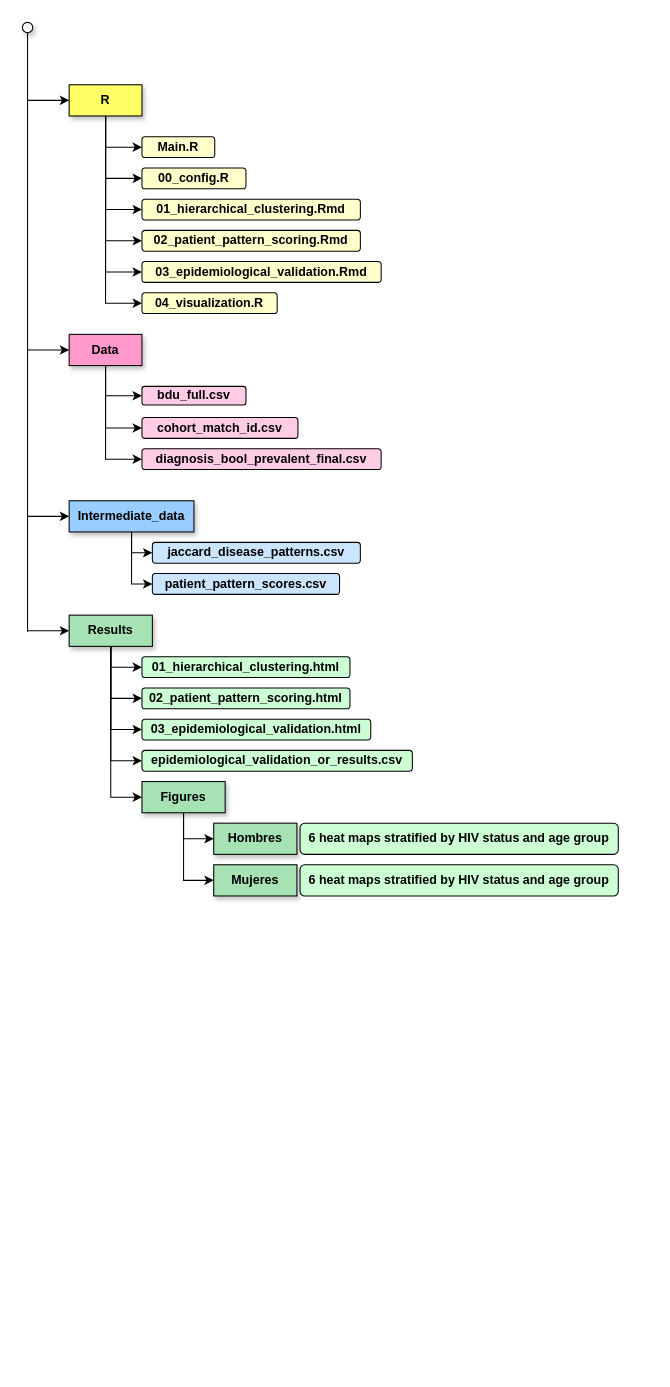
The draw.io diagram Diagrams/Directory_structure.drawio in asanmej/hiv_mm_patterns, before the edit. Source tidied: cells renumbered, new cells numbered last; positions are measured from the earlier drawing's top-left corner, leaving out a move shared by most shapes. Both pictures are drawn from the tidied source at 104%, with x=0, y=0 at pixel (22, 22).
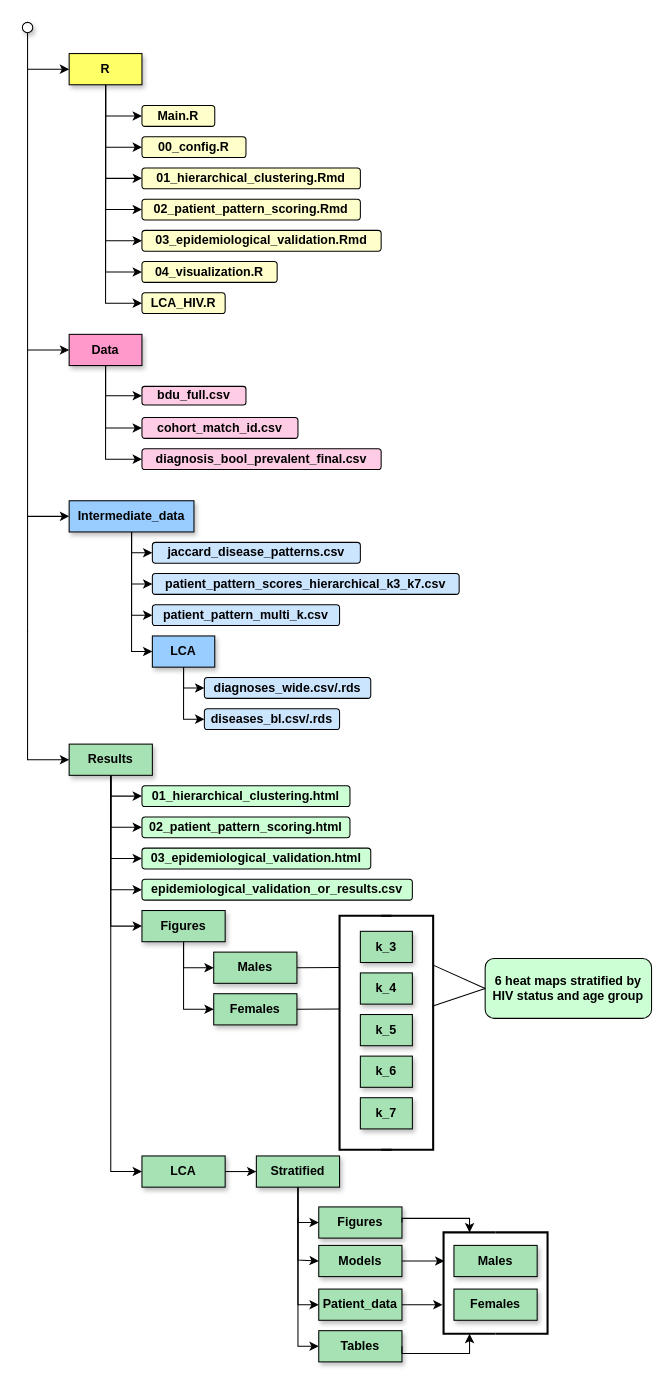
After the change.

The change refers to these unchanged cells:
```xml
<mxCell id="15" value="&lt;b&gt;Intermediate_data&lt;/b&gt;" style="rounded=0;whiteSpace=wrap;html=1;fillColor=light-dark(#99CCFF,var(--ge-dark-color, #121212));shadow=1;" parent="1" vertex="1">
  <mxGeometry x="45" y="460" width="120" height="30" as="geometry" />
</mxCell>
```

What changed in the source:
```diff
@@
     <mxCell id="8" value="&lt;b&gt;R&lt;/b&gt;" style="rounded=0;whiteSpace=wrap;html=1;fillColor=light-dark(#FFFF66,var(--ge-dark-color, #121212));shadow=1;" parent="1" vertex="1">
-      <mxGeometry x="45" y="60" width="70" height="30" as="geometry" />
+      <mxGeometry x="45" y="30" width="70" height="30" as="geometry" />
     </mxCell>
@@
     <mxCell id="16" style="edgeStyle=orthogonalEdgeStyle;rounded=0;jettySize=auto;html=1;exitX=0.5;exitY=1;exitDx=0;exitDy=0;entryX=0;entryY=0.5;entryDx=0;entryDy=0;" parent="1" edge="1" source="21" target="38">
       <mxGeometry relative="1" as="geometry">
         <Array as="points">
-          <mxPoint x="85" y="620" />
+          <mxPoint x="85" y="744" />
         </Array>
       </mxGeometry>
     </mxCell>
@@
     <mxCell id="21" value="&lt;b&gt;Results&lt;/b&gt;" style="rounded=0;whiteSpace=wrap;html=1;fillColor=light-dark(#A6E2B4,var(--ge-dark-color, #121212));shadow=1;" parent="1" vertex="1">
-      <mxGeometry x="45" y="570" width="80" height="30" as="geometry" />
+      <mxGeometry x="45" y="694" width="80" height="30" as="geometry" />
     </mxCell>
     <mxCell id="22" value="&lt;b&gt;00_config.R&lt;/b&gt;" style="rounded=1;whiteSpace=wrap;html=1;fillColor=light-dark(#FFFFCC,var(--ge-dark-color, #121212));" parent="1" vertex="1">
-      <mxGeometry x="115" y="140" width="100" height="20" as="geometry" />
+      <mxGeometry x="115" y="110" width="100" height="20" as="geometry" />
     </mxCell>
     <mxCell id="23" value="&lt;b&gt;Main.R&lt;/b&gt;" style="rounded=1;whiteSpace=wrap;html=1;fillColor=light-dark(#FFFFCC,var(--ge-dark-color, #121212));" parent="1" vertex="1">
-      <mxGeometry x="115" y="110" width="70" height="20" as="geometry" />
+      <mxGeometry x="115" y="80" width="70" height="20" as="geometry" />
     </mxCell>
     <mxCell id="24" value="&lt;b&gt;01_hierarchical_clustering.Rmd&lt;/b&gt;" style="rounded=1;whiteSpace=wrap;html=1;fillColor=light-dark(#FFFFCC,var(--ge-dark-color, #121212));" parent="1" vertex="1">
-      <mxGeometry x="115" y="170" width="210" height="20" as="geometry" />
+      <mxGeometry x="115" y="140" width="210" height="20" as="geometry" />
     </mxCell>
     <mxCell id="25" value="&lt;b&gt;02_patient_pattern_scoring.Rmd&lt;/b&gt;" style="rounded=1;whiteSpace=wrap;html=1;fillColor=light-dark(#FFFFCC,var(--ge-dark-color, #121212));" parent="1" vertex="1">
-      <mxGeometry x="115" y="200" width="210" height="20" as="geometry" />
+      <mxGeometry x="115" y="170" width="210" height="20" as="geometry" />
     </mxCell>
     <mxCell id="26" value="&lt;b&gt;03_epidemiological_validation.Rmd&lt;/b&gt;" style="rounded=1;whiteSpace=wrap;html=1;fillColor=light-dark(#FFFFCC,var(--ge-dark-color, #121212));" parent="1" vertex="1">
-      <mxGeometry x="115" y="230" width="230" height="20" as="geometry" />
+      <mxGeometry x="115" y="200" width="230" height="20" as="geometry" />
     </mxCell>
     <mxCell id="27" value="&lt;b&gt;04_visualization.R&lt;/b&gt;" style="rounded=1;whiteSpace=wrap;html=1;fillColor=light-dark(#FFFFCC,var(--ge-dark-color, #121212));" parent="1" vertex="1">
-      <mxGeometry x="115" y="260" width="130" height="20" as="geometry" />
+      <mxGeometry x="115" y="230" width="130" height="20" as="geometry" />
     </mxCell>
@@
-    <mxCell id="32" value="&lt;b&gt;patient_pattern_scores.csv&lt;/b&gt;" style="rounded=1;whiteSpace=wrap;html=1;fillColor=light-dark(#CCE5FF,var(--ge-dark-color, #121212));" parent="1" vertex="1">
-      <mxGeometry x="125" y="530" width="180" height="20" as="geometry" />
+    <mxCell id="32" value="&lt;b&gt;patient_pattern_scores_hierarchical_k3_k7.csv&lt;/b&gt;" style="rounded=1;whiteSpace=wrap;html=1;fillColor=light-dark(#CCE5FF,var(--ge-dark-color, #121212));" parent="1" vertex="1">
+      <mxGeometry x="125" y="530" width="295" height="20" as="geometry" />
     </mxCell>
     <mxCell id="33" style="edgeStyle=orthogonalEdgeStyle;rounded=0;jettySize=auto;html=1;exitX=0.5;exitY=1;exitDx=0;exitDy=0;entryX=0;entryY=0.5;entryDx=0;entryDy=0;" parent="1" edge="1" source="35" target="36">
       <mxGeometry relative="1" as="geometry">
         <Array as="points">
-          <mxPoint x="155" y="785" />
+          <mxPoint x="155" y="909" />
         </Array>
       </mxGeometry>
     </mxCell>
@@
     <mxCell id="35" value="&lt;b&gt;Figures&lt;/b&gt;" style="rounded=0;whiteSpace=wrap;html=1;fillColor=light-dark(#A6E2B4,var(--ge-dark-color, #121212));shadow=1;" parent="1" vertex="1">
-      <mxGeometry x="115" y="730" width="80" height="30" as="geometry" />
+      <mxGeometry x="115" y="854" width="80" height="30" as="geometry" />
     </mxCell>
-    <mxCell id="36" value="&lt;b&gt;Hombres&lt;/b&gt;" style="rounded=0;whiteSpace=wrap;html=1;fillColor=light-dark(#A6E2B4,var(--ge-dark-color, #121212));shadow=1;" parent="1" vertex="1">
-      <mxGeometry x="184" y="770" width="80" height="30" as="geometry" />
+    <mxCell id="36" value="&lt;b&gt;Males&lt;/b&gt;" style="rounded=0;whiteSpace=wrap;html=1;fillColor=light-dark(#A6E2B4,var(--ge-dark-color, #121212));shadow=1;" parent="1" vertex="1">
+      <mxGeometry x="184" y="894" width="80" height="30" as="geometry" />
     </mxCell>
-    <mxCell id="37" value="&lt;b&gt;Mujeres&lt;/b&gt;" style="rounded=0;whiteSpace=wrap;html=1;fillColor=light-dark(#A6E2B4,var(--ge-dark-color, #121212));shadow=1;" parent="1" vertex="1">
-      <mxGeometry x="184" y="810" width="80" height="30" as="geometry" />
+    <mxCell id="37" value="&lt;b&gt;Females&lt;/b&gt;" style="rounded=0;whiteSpace=wrap;html=1;fillColor=light-dark(#A6E2B4,var(--ge-dark-color, #121212));shadow=1;" parent="1" vertex="1">
+      <mxGeometry x="184" y="934" width="80" height="30" as="geometry" />
     </mxCell>
     <mxCell id="38" value="&lt;b&gt;01_hierarchical_clustering.html&lt;/b&gt;" style="rounded=1;whiteSpace=wrap;html=1;fillColor=light-dark(#CCFFD4,var(--ge-dark-color, #121212));" parent="1" vertex="1">
-      <mxGeometry x="115" y="610" width="200" height="20" as="geometry" />
+      <mxGeometry x="115" y="734" width="200" height="20" as="geometry" />
     </mxCell>
     <mxCell id="39" value="&lt;b&gt;02_patient_pattern_scoring.html&lt;/b&gt;" style="rounded=1;whiteSpace=wrap;html=1;fillColor=light-dark(#CCFFD4,var(--ge-dark-color, #121212));" parent="1" vertex="1">
-      <mxGeometry x="115" y="640" width="200" height="20" as="geometry" />
+      <mxGeometry x="115" y="764" width="200" height="20" as="geometry" />
     </mxCell>
     <mxCell id="40" value="&lt;b&gt;03_epidemiological_validation.html&lt;/b&gt;" style="rounded=1;whiteSpace=wrap;html=1;fillColor=light-dark(#CCFFD4,var(--ge-dark-color, #121212));" parent="1" vertex="1">
-      <mxGeometry x="115" y="670" width="220" height="20" as="geometry" />
+      <mxGeometry x="115" y="794" width="220" height="20" as="geometry" />
     </mxCell>
     <mxCell id="41" value="&lt;b&gt;epidemiological_validation_or_results.csv&lt;/b&gt;" style="rounded=1;whiteSpace=wrap;html=1;fillColor=light-dark(#CCFFD4,var(--ge-dark-color, #121212));" parent="1" vertex="1">
-      <mxGeometry x="115" y="700" width="260" height="20" as="geometry" />
+      <mxGeometry x="115" y="824" width="260" height="20" as="geometry" />
     </mxCell>
@@
-    <mxCell id="43" value="&lt;b&gt;6 heat maps stratified by HIV status and age group&lt;/b&gt;" style="rounded=1;whiteSpace=wrap;html=1;fillColor=light-dark(#CCFFD4,var(--ge-dark-color, #121212));" parent="1" vertex="1">
-      <mxGeometry x="267" y="770" width="306" height="30" as="geometry" />
-    </mxCell>
     <mxCell id="44" value="&lt;b&gt;6 heat maps stratified by HIV status and age group&lt;/b&gt;" style="rounded=1;whiteSpace=wrap;html=1;fillColor=light-dark(#CCFFD4,var(--ge-dark-color, #121212));" parent="1" vertex="1">
-      <mxGeometry x="267" y="810" width="306" height="30" as="geometry" />
+      <mxGeometry x="445" y="900.2" width="160" height="57.5" as="geometry" />
     </mxCell>
@@
     <mxCell id="46" style="endArrow=classic;html=1;rounded=0;entryX=0;entryY=0.5;entryDx=0;entryDy=0;" parent="1" edge="1" target="21">
       <mxGeometry relative="1" as="geometry">
         <mxPoint x="5" y="585" as="sourcePoint" />
+        <Array as="points">
+          <mxPoint x="5" y="709" />
+        </Array>
       </mxGeometry>
     </mxCell>
@@
     <mxCell id="49" style="endArrow=classic;html=1;rounded=0;entryX=0;entryY=0.5;entryDx=0;entryDy=0;" parent="1" edge="1" target="8">
       <mxGeometry relative="1" as="geometry">
-        <mxPoint x="5" y="75" as="sourcePoint" />
+        <mxPoint x="5" y="45" as="sourcePoint" />
       </mxGeometry>
     </mxCell>
@@
+    <mxCell id="51" value="&lt;b&gt;patient_pattern_multi_k.csv&lt;/b&gt;" style="rounded=1;whiteSpace=wrap;html=1;fillColor=light-dark(#CCE5FF,var(--ge-dark-color, #121212));" parent="1" vertex="1">
+      <mxGeometry x="125" y="560" width="180" height="20" as="geometry" />
+    </mxCell>
+    <mxCell id="52" style="edgeStyle=orthogonalEdgeStyle;rounded=0;jettySize=auto;html=1;exitX=0.5;exitY=1;exitDx=0;exitDy=0;entryX=0;entryY=0.5;entryDx=0;entryDy=0;" parent="1" edge="1" source="15" target="51">
+      <mxGeometry relative="1" as="geometry" />
+    </mxCell>
+    <mxCell id="53" value="&lt;b&gt;LCA&lt;/b&gt;" style="rounded=0;whiteSpace=wrap;html=1;fillColor=light-dark(#99CCFF,var(--ge-dark-color, #121212));shadow=1;" parent="1" vertex="1">
+      <mxGeometry x="125" y="590" width="60" height="30" as="geometry" />
+    </mxCell>
+    <mxCell id="54" value="&lt;b&gt;diagnoses_wide.csv/.rds&lt;/b&gt;" style="rounded=1;whiteSpace=wrap;html=1;fillColor=light-dark(#CCE5FF,var(--ge-dark-color, #121212));" parent="1" vertex="1">
+      <mxGeometry x="175" y="630" width="160" height="20" as="geometry" />
+    </mxCell>
+    <mxCell id="55" value="&lt;b&gt;diseases_bl.csv/.rds&lt;/b&gt;" style="rounded=1;whiteSpace=wrap;html=1;fillColor=light-dark(#CCE5FF,var(--ge-dark-color, #121212));" parent="1" vertex="1">
+      <mxGeometry x="175" y="660" width="130" height="20" as="geometry" />
+    </mxCell>
+    <mxCell id="56" style="edgeStyle=orthogonalEdgeStyle;rounded=0;jettySize=auto;html=1;entryX=0;entryY=0.5;entryDx=0;entryDy=0;" parent="1" edge="1" target="53">
+      <mxGeometry relative="1" as="geometry">
+        <mxPoint x="105" y="540" as="sourcePoint" />
+        <Array as="points">
+          <mxPoint x="105" y="560" />
+          <mxPoint x="105" y="605" />
+        </Array>
+      </mxGeometry>
+    </mxCell>
+    <mxCell id="57" style="edgeStyle=orthogonalEdgeStyle;rounded=0;jettySize=auto;html=1;entryX=0;entryY=0.5;entryDx=0;entryDy=0;exitX=0.5;exitY=1;exitDx=0;exitDy=0;" parent="1" edge="1" source="53" target="54">
+      <mxGeometry relative="1" as="geometry">
+        <Array as="points">
+          <mxPoint x="155" y="640" />
+        </Array>
+      </mxGeometry>
+    </mxCell>
+    <mxCell id="58" style="edgeStyle=orthogonalEdgeStyle;rounded=0;jettySize=auto;html=1;entryX=0;entryY=0.5;entryDx=0;entryDy=0;exitX=0.5;exitY=1;exitDx=0;exitDy=0;" parent="1" edge="1" source="53" target="55">
+      <mxGeometry relative="1" as="geometry">
+        <Array as="points">
+          <mxPoint x="155" y="670" />
+        </Array>
+      </mxGeometry>
+    </mxCell>
+    <mxCell id="59" value="&lt;b&gt;LCA_HIV.R&lt;/b&gt;" style="rounded=1;whiteSpace=wrap;html=1;fillColor=light-dark(#FFFFCC,var(--ge-dark-color, #121212));" parent="1" vertex="1">
+      <mxGeometry x="115" y="260" width="80" height="20" as="geometry" />
+    </mxCell>
+    <mxCell id="60" style="edgeStyle=orthogonalEdgeStyle;rounded=0;jettySize=auto;html=1;exitX=0.5;exitY=1;exitDx=0;exitDy=0;entryX=0;entryY=0.5;entryDx=0;entryDy=0;" parent="1" edge="1" source="8" target="59">
+      <mxGeometry relative="1" as="geometry" />
+    </mxCell>
+    <mxCell id="61" value="&lt;b&gt;k_3&lt;/b&gt;" style="rounded=0;whiteSpace=wrap;html=1;fillColor=light-dark(#A6E2B4,var(--ge-dark-color, #121212));shadow=1;" parent="1" vertex="1">
+      <mxGeometry x="325" y="874" width="50" height="30" as="geometry" />
+    </mxCell>
+    <mxCell id="62" value="&lt;b&gt;k_6&lt;/b&gt;" style="rounded=0;whiteSpace=wrap;html=1;fillColor=light-dark(#A6E2B4,var(--ge-dark-color, #121212));shadow=1;" parent="1" vertex="1">
+      <mxGeometry x="325" y="994" width="50" height="30" as="geometry" />
+    </mxCell>
+    <mxCell id="63" value="&lt;b&gt;k_4&lt;/b&gt;" style="rounded=0;whiteSpace=wrap;html=1;fillColor=light-dark(#A6E2B4,var(--ge-dark-color, #121212));shadow=1;" parent="1" vertex="1">
+      <mxGeometry x="325" y="914" width="50" height="30" as="geometry" />
+    </mxCell>
+    <mxCell id="64" value="&lt;b&gt;k_5&lt;/b&gt;" style="rounded=0;whiteSpace=wrap;html=1;fillColor=light-dark(#A6E2B4,var(--ge-dark-color, #121212));shadow=1;" parent="1" vertex="1">
+      <mxGeometry x="325" y="954" width="50" height="30" as="geometry" />
+    </mxCell>
+    <mxCell id="65" value="&lt;b&gt;k_7&lt;/b&gt;" style="rounded=0;whiteSpace=wrap;html=1;fillColor=light-dark(#A6E2B4,var(--ge-dark-color, #121212));shadow=1;" parent="1" vertex="1">
+      <mxGeometry x="325" y="1034" width="50" height="30" as="geometry" />
+    </mxCell>
+    <mxCell id="66" style="strokeWidth=2;html=1;shape=mxgraph.flowchart.annotation_1;align=left;fontStyle=1;" parent="1" vertex="1">
+      <mxGeometry x="305" y="859" width="50" height="225" as="geometry" />
+    </mxCell>
+    <mxCell id="67" style="endArrow=none;html=1;rounded=0;exitX=1;exitY=0.5;exitDx=0;exitDy=0;" parent="1" edge="1" source="36">
+      <mxGeometry relative="1" as="geometry">
+        <mxPoint x="305" y="908.7" as="targetPoint" />
+      </mxGeometry>
+    </mxCell>
+    <mxCell id="68" style="endArrow=none;html=1;rounded=0;exitX=1;exitY=0.5;exitDx=0;exitDy=0;" parent="1" edge="1">
+      <mxGeometry relative="1" as="geometry">
+        <mxPoint x="264" y="949" as="sourcePoint" />
+        <mxPoint x="305" y="948.7" as="targetPoint" />
+      </mxGeometry>
+    </mxCell>
+    <mxCell id="69" style="strokeWidth=2;html=1;shape=mxgraph.flowchart.annotation_1;align=left;fontStyle=1;rotation=-180;" parent="1" vertex="1">
+      <mxGeometry x="345" y="859" width="50" height="225" as="geometry" />
+    </mxCell>
+    <mxCell id="70" style="endArrow=none;html=1;rounded=0;entryX=0;entryY=0.5;entryDx=0;entryDy=0;" parent="1" edge="1" target="44">
+      <mxGeometry relative="1" as="geometry">
+        <mxPoint x="395" y="906.5" as="sourcePoint" />
+      </mxGeometry>
+    </mxCell>
+    <mxCell id="71" style="endArrow=none;html=1;rounded=0;exitX=0;exitY=0.5;exitDx=0;exitDy=0;entryX=0.018;entryY=0.613;entryDx=0;entryDy=0;entryPerimeter=0;" parent="1" edge="1" source="44" target="69">
+      <mxGeometry relative="1" as="geometry" />
+    </mxCell>
+    <mxCell id="72" style="edgeStyle=orthogonalEdgeStyle;rounded=0;jettySize=auto;html=1;exitX=1;exitY=0.5;exitDx=0;exitDy=0;entryX=0;entryY=0.5;entryDx=0;entryDy=0;" parent="1" edge="1" source="73" target="77">
+      <mxGeometry relative="1" as="geometry" />
+    </mxCell>
+    <mxCell id="73" value="&lt;b&gt;LCA&lt;/b&gt;" style="rounded=0;whiteSpace=wrap;html=1;fillColor=light-dark(#A6E2B4,var(--ge-dark-color, #121212));shadow=1;" parent="1" vertex="1">
+      <mxGeometry x="115" y="1090" width="80" height="30" as="geometry" />
+    </mxCell>
+    <mxCell id="74" style="edgeStyle=orthogonalEdgeStyle;rounded=0;jettySize=auto;html=1;exitX=0.5;exitY=1;exitDx=0;exitDy=0;entryX=0;entryY=0.5;entryDx=0;entryDy=0;" parent="1" edge="1" source="77" target="79">
+      <mxGeometry relative="1" as="geometry">
+        <Array as="points">
+          <mxPoint x="265" y="1154" />
+        </Array>
+      </mxGeometry>
+    </mxCell>
+    <mxCell id="75" style="edgeStyle=orthogonalEdgeStyle;rounded=0;jettySize=auto;html=1;exitX=0.5;exitY=1;exitDx=0;exitDy=0;entryX=0;entryY=0.5;entryDx=0;entryDy=0;" parent="1" edge="1" source="77" target="81">
+      <mxGeometry relative="1" as="geometry" />
+    </mxCell>
+    <mxCell id="76" style="edgeStyle=orthogonalEdgeStyle;rounded=0;jettySize=auto;html=1;exitX=0.5;exitY=1;exitDx=0;exitDy=0;entryX=0;entryY=0.5;entryDx=0;entryDy=0;" parent="1" edge="1" source="77" target="82">
+      <mxGeometry relative="1" as="geometry" />
+    </mxCell>
+    <mxCell id="77" value="&lt;b&gt;Stratified&lt;/b&gt;" style="rounded=0;whiteSpace=wrap;html=1;fillColor=light-dark(#A6E2B4,var(--ge-dark-color, #121212));shadow=1;" parent="1" vertex="1">
+      <mxGeometry x="225" y="1090" width="80" height="30" as="geometry" />
+    </mxCell>
+    <mxCell id="78" style="edgeStyle=orthogonalEdgeStyle;rounded=0;jettySize=auto;html=1;exitX=0.5;exitY=1;exitDx=0;exitDy=0;entryX=0;entryY=0.5;entryDx=0;entryDy=0;" parent="1" edge="1" source="21" target="73">
+      <mxGeometry relative="1" as="geometry" />
+    </mxCell>
+    <mxCell id="79" value="&lt;b&gt;Figures&lt;/b&gt;" style="rounded=0;whiteSpace=wrap;html=1;fillColor=light-dark(#A6E2B4,var(--ge-dark-color, #121212));shadow=1;" parent="1" vertex="1">
+      <mxGeometry x="285" y="1139" width="80" height="30" as="geometry" />
+    </mxCell>
+    <mxCell id="80" value="&lt;b&gt;Models&lt;/b&gt;" style="rounded=0;whiteSpace=wrap;html=1;fillColor=light-dark(#A6E2B4,var(--ge-dark-color, #121212));shadow=1;" parent="1" vertex="1">
+      <mxGeometry x="285" y="1176" width="80" height="30" as="geometry" />
+    </mxCell>
+    <mxCell id="81" value="&lt;b&gt;Patient_data&lt;/b&gt;" style="rounded=0;whiteSpace=wrap;html=1;fillColor=light-dark(#A6E2B4,var(--ge-dark-color, #121212));shadow=1;" parent="1" vertex="1">
+      <mxGeometry x="285" y="1218" width="80" height="30" as="geometry" />
+    </mxCell>
+    <mxCell id="82" value="&lt;b&gt;Tables&lt;/b&gt;" style="rounded=0;whiteSpace=wrap;html=1;fillColor=light-dark(#A6E2B4,var(--ge-dark-color, #121212));shadow=1;" parent="1" vertex="1">
+      <mxGeometry x="285" y="1258" width="80" height="30" as="geometry" />
+    </mxCell>
+    <mxCell id="83" value="&lt;b&gt;Males&lt;/b&gt;" style="rounded=0;whiteSpace=wrap;html=1;fillColor=light-dark(#A6E2B4,var(--ge-dark-color, #121212));shadow=1;" parent="1" vertex="1">
+      <mxGeometry x="415" y="1176" width="80" height="30" as="geometry" />
+    </mxCell>
+    <mxCell id="84" value="&lt;b&gt;Females&lt;/b&gt;" style="rounded=0;whiteSpace=wrap;html=1;fillColor=light-dark(#A6E2B4,var(--ge-dark-color, #121212));shadow=1;" parent="1" vertex="1">
+      <mxGeometry x="415" y="1218" width="80" height="30" as="geometry" />
+    </mxCell>
+    <mxCell id="85" style="edgeStyle=orthogonalEdgeStyle;rounded=0;orthogonalLoop=1;jettySize=auto;html=1;exitX=0.5;exitY=1;exitDx=0;exitDy=0;" parent="1" edge="1">
+      <mxGeometry relative="1" as="geometry">
+        <mxPoint x="455" y="1208" as="sourcePoint" />
+        <mxPoint x="455" y="1208" as="targetPoint" />
+      </mxGeometry>
+    </mxCell>
+    <mxCell id="86" style="edgeStyle=orthogonalEdgeStyle;rounded=0;jettySize=auto;html=1;exitX=0.5;exitY=1;exitDx=0;exitDy=0;entryX=0;entryY=0.5;entryDx=0;entryDy=0;" parent="1" edge="1" target="80">
+      <mxGeometry relative="1" as="geometry">
+        <mxPoint x="265" y="1150" as="sourcePoint" />
+        <Array as="points">
+          <mxPoint x="265" y="1190" />
+          <mxPoint x="285" y="1190" />
+        </Array>
+      </mxGeometry>
+    </mxCell>
+    <mxCell id="87" style="strokeWidth=2;html=1;shape=mxgraph.flowchart.annotation_1;align=left;fontStyle=1;" parent="1" vertex="1">
+      <mxGeometry x="405" y="1163.5" width="50" height="97.5" as="geometry" />
+    </mxCell>
+    <mxCell id="88" style="strokeWidth=2;html=1;shape=mxgraph.flowchart.annotation_1;align=left;fontStyle=1;rotation=-180;" parent="1" vertex="1">
+      <mxGeometry x="455" y="1163.5" width="50" height="97.5" as="geometry" />
+    </mxCell>
+    <mxCell id="89" style="edgeStyle=orthogonalEdgeStyle;rounded=0;jettySize=auto;html=1;exitX=1;exitY=0.5;exitDx=0;exitDy=0;entryX=0.5;entryY=0;entryDx=0;entryDy=0;entryPerimeter=0;" parent="1" edge="1" source="79" target="87">
+      <mxGeometry relative="1" as="geometry">
+        <Array as="points">
+          <mxPoint x="365" y="1150" />
+          <mxPoint x="430" y="1150" />
+        </Array>
+      </mxGeometry>
+    </mxCell>
+    <mxCell id="90" style="edgeStyle=orthogonalEdgeStyle;rounded=0;jettySize=auto;html=1;exitX=1;exitY=0.5;exitDx=0;exitDy=0;entryX=0.5;entryY=1;entryDx=0;entryDy=0;entryPerimeter=0;" parent="1" edge="1" source="82" target="87">
+      <mxGeometry relative="1" as="geometry">
+        <Array as="points">
+          <mxPoint x="365" y="1280" />
+          <mxPoint x="430" y="1280" />
+        </Array>
+      </mxGeometry>
+    </mxCell>
+    <mxCell id="91" style="edgeStyle=orthogonalEdgeStyle;rounded=0;jettySize=auto;html=1;exitX=1;exitY=0.5;exitDx=0;exitDy=0;entryX=0.016;entryY=0.283;entryDx=0;entryDy=0;entryPerimeter=0;" parent="1" edge="1" source="80" target="87">
+      <mxGeometry relative="1" as="geometry" />
+    </mxCell>
+    <mxCell id="92" style="edgeStyle=orthogonalEdgeStyle;rounded=0;jettySize=auto;html=1;exitX=1;exitY=0.5;exitDx=0;exitDy=0;entryX=-0.02;entryY=0.717;entryDx=0;entryDy=0;entryPerimeter=0;" parent="1" edge="1" source="81" target="87">
+      <mxGeometry relative="1" as="geometry" />
+    </mxCell>
```
